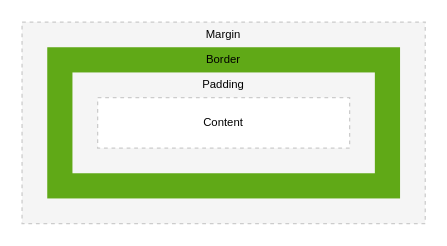
Earlier version of the draw.io diagram Languages/CSS/illustrations/box.drawio (sistembeyimiz-001/code-web). Source tidied: cells renumbered, new cells numbered last; positions are measured from the earlier drawing's top-left corner, leaving out a move shared by most shapes. Both pictures are drawn from the tidied source at 126%, with x=0, y=0 at pixel (21, 21).
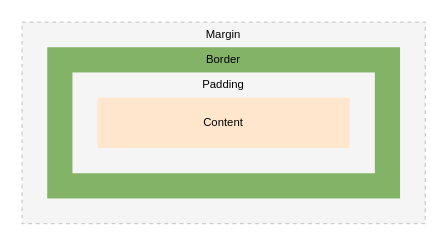
After the change.

Commit message (it also covers changes not shown here):
fix: improve coloring of box image

The edit, as a diff of the source:
```diff
@@
 <mxGraphModel>
   <root>
     <mxCell id="0" />
     <mxCell id="1" parent="0" />
     <mxCell id="2" parent="0" />
     <mxCell id="3" style="group;" parent="2" vertex="1">
       <mxGeometry width="320" height="160" as="geometry" />
     </mxCell>
     <mxCell id="4" style="rounded=0;whiteSpace=wrap;html=1;fillColor=#f5f5f5;dashed=1;strokeColor=#CCCCCC;fontColor=#333333;" parent="3" vertex="1">
       <mxGeometry width="320" height="160" as="geometry" />
     </mxCell>
     <mxCell id="5" value="Margin" style="text;html=1;strokeColor=none;fillColor=none;align=center;verticalAlign=middle;whiteSpace=wrap;rounded=0;dashed=1;fontSize=9;" parent="3" vertex="1">
       <mxGeometry x="140" width="40" height="20" as="geometry" />
     </mxCell>
     <mxCell id="6" parent="0" />
-    <mxCell id="7" style="rounded=0;whiteSpace=wrap;html=1;fillColor=#60a917;dashed=1;strokeColor=none;fontColor=#ffffff;" parent="6" vertex="1">
+    <mxCell id="7" style="rounded=0;whiteSpace=wrap;html=1;dashed=1;strokeColor=none;fontColor=#ffffff;fillColor=#82B366;" parent="6" vertex="1">
       <mxGeometry x="20" y="20" width="280" height="120" as="geometry" />
     </mxCell>
     <mxCell id="8" parent="0" />
     <mxCell id="9" style="rounded=0;whiteSpace=wrap;html=1;fillColor=#f5f5f5;dashed=1;strokeColor=none;fontColor=#333333;" parent="8" vertex="1">
       <mxGeometry x="40" y="40" width="240" height="80" as="geometry" />
     </mxCell>
     <mxCell id="10" parent="0" />
-    <mxCell id="11" value="Content" style="rounded=0;whiteSpace=wrap;html=1;dashed=1;strokeColor=#CCCCCC;fontSize=9;verticalAlign=middle;align=center;" parent="10" vertex="1">
+    <mxCell id="11" value="Content" style="rounded=0;whiteSpace=wrap;html=1;dashed=1;fontSize=9;verticalAlign=middle;align=center;fillColor=#ffe6cc;strokeColor=none;" parent="10" vertex="1">
       <mxGeometry x="60" y="60" width="200" height="40" as="geometry" />
     </mxCell>
     <mxCell id="12" value="Padding" style="text;html=1;strokeColor=none;fillColor=none;align=center;verticalAlign=middle;whiteSpace=wrap;rounded=0;dashed=1;fontSize=9;" parent="10" vertex="1">
       <mxGeometry x="140" y="40" width="40" height="20" as="geometry" />
     </mxCell>
     <mxCell id="13" value="Border" style="text;html=1;strokeColor=none;fillColor=none;align=center;verticalAlign=middle;whiteSpace=wrap;rounded=0;dashed=1;fontSize=9;" parent="10" vertex="1">
       <mxGeometry x="140" y="20" width="40" height="20" as="geometry" />
     </mxCell>
   </root>
 </mxGraphModel>
```
